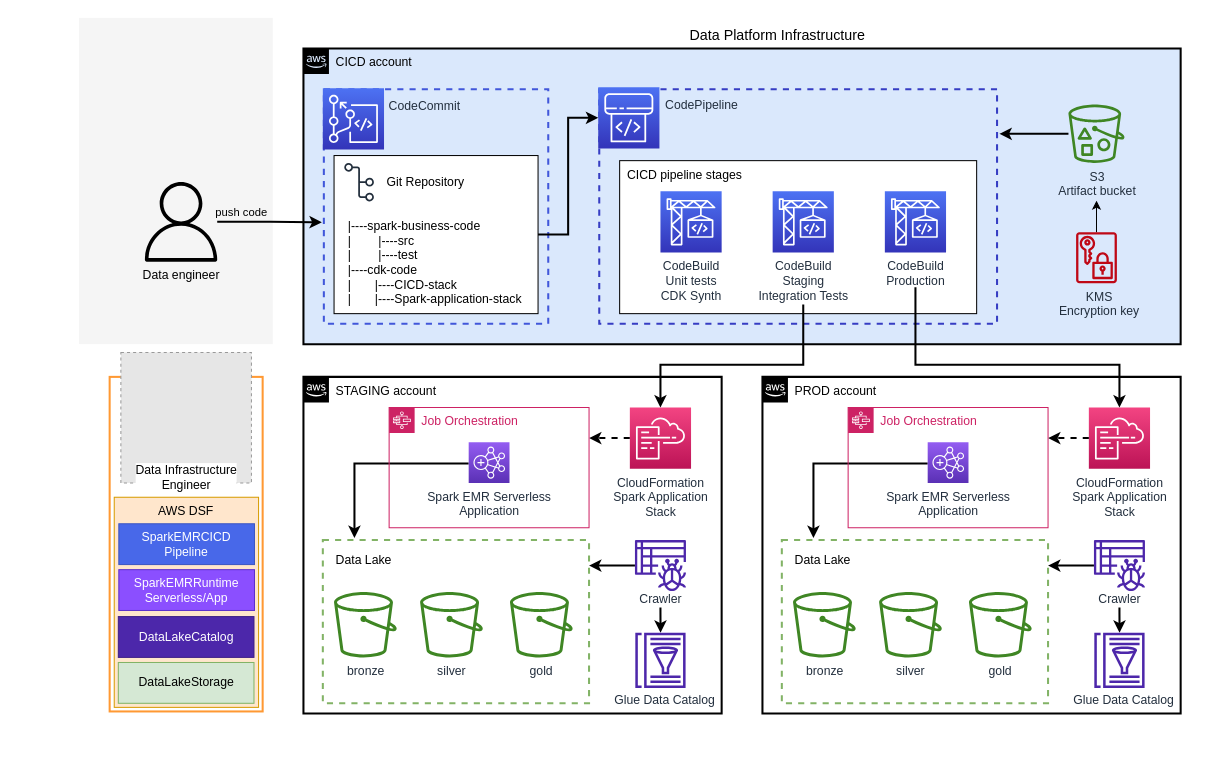
Above: page "example-diagram" (7 of 7) of website/static/img/adsf-diagrams.drawio in awslabs/data-solutions-framework-on-aws (draw.io), before the change. Source tidied: cells renumbered, new cells numbered last; positions are measured from the earlier drawing's top-left corner, leaving out a move shared by most shapes. Both pictures are drawn from the tidied source at 102%, with x=0, y=0 at pixel (79, 17). Pictures stored in the file or linked from it are replaced by grey dashed boxes.
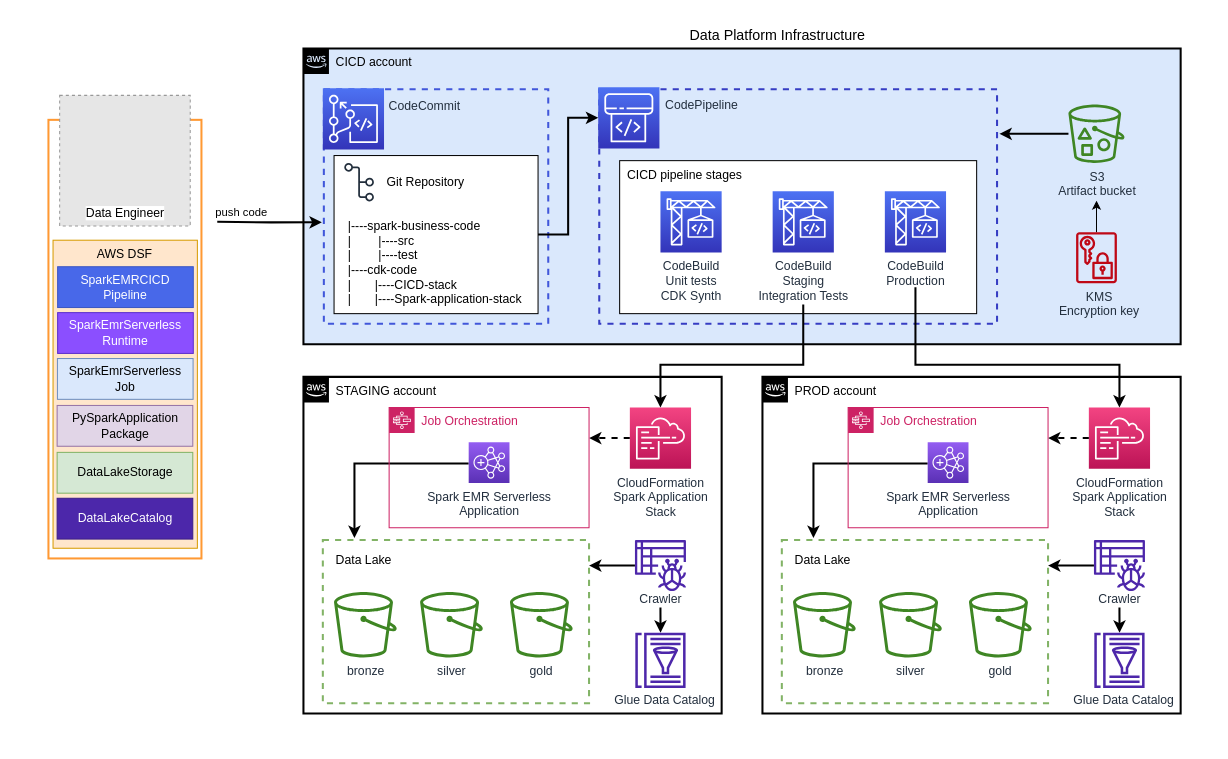
After the change.

Unchanged cells that the change refers to:
```xml
<mxCell id="8" style="rounded=0;whiteSpace=wrap;html=1;labelPosition=center;verticalLabelPosition=top;align=center;verticalAlign=bottom;spacingTop=0;spacingBottom=-23;strokeWidth=2;dashed=1;strokeColor=#4157da;fillColor=none;" parent="1" vertex="1">
  <mxGeometry x="240" y="70" width="220" height="230" as="geometry" />
</mxCell>
```

What changed in the source:
```diff
@@
-    <mxCell id="2" style="rounded=0;whiteSpace=wrap;html=1;strokeColor=none;fillColor=#f5f5f5;fontColor=#333333;" parent="1" vertex="1">
-      <mxGeometry width="190" height="320" as="geometry" />
-    </mxCell>
     <mxCell id="3" style="rounded=0;whiteSpace=wrap;html=1;strokeColor=none;" parent="1" vertex="1">
-      <mxGeometry y="320" width="200" height="390" as="geometry" />
+      <mxGeometry x="-60" y="68" width="200" height="492" as="geometry" />
     </mxCell>
@@
     <mxCell id="5" style="rounded=0;whiteSpace=wrap;html=1;strokeWidth=2;strokeColor=#FF9933;" parent="1" vertex="1">
-      <mxGeometry x="30" y="352" width="150" height="328" as="geometry" />
+      <mxGeometry x="-30" y="100" width="150" height="430" as="geometry" />
     </mxCell>
     <mxCell id="6" style="whiteSpace=wrap;html=1;fillColor=#ffe6cc;strokeColor=#d79b00;" parent="1" vertex="1">
-      <mxGeometry x="34.5" y="470" width="141.5" height="206" as="geometry" />
+      <mxGeometry x="-25.5" y="218" width="141.5" height="302" as="geometry" />
     </mxCell>
@@
-    <mxCell id="50" value="Data engineer" style="sketch=0;outlineConnect=0;fontColor=#000000;gradientColor=none;fillColor=#000000;strokeColor=none;dashed=0;verticalLabelPosition=bottom;verticalAlign=top;align=center;html=1;fontSize=12;fontStyle=0;shape=mxgraph.aws4.user;strokeWidth=2;" parent="1" vertex="1">
-      <mxGeometry x="61" y="161" width="78" height="78" as="geometry" />
-    </mxCell>
-    <mxCell id="51" style="edgeStyle=orthogonalEdgeStyle;rounded=0;jettySize=auto;html=1;entryX=-0.009;entryY=0.567;entryDx=0;entryDy=0;entryPerimeter=0;strokeWidth=2;strokeColor=#000000;" parent="1" edge="1" source="50" target="8">
-      <mxGeometry relative="1" as="geometry" />
+    <mxCell id="51" style="edgeStyle=orthogonalEdgeStyle;rounded=0;jettySize=auto;html=1;entryX=-0.009;entryY=0.567;entryDx=0;entryDy=0;entryPerimeter=0;strokeWidth=2;strokeColor=#000000;" parent="1" edge="1" target="8">
+      <mxGeometry relative="1" as="geometry">
+        <mxPoint x="135.5" y="200" as="sourcePoint" />
+      </mxGeometry>
     </mxCell>
@@
-    <mxCell id="53" value="&lt;div&gt;Data Infrastructure&lt;/div&gt;&lt;div&gt;Engineer&lt;br&gt;&lt;/div&gt;" style="fillColor=#E6E6E6;strokeColor=#999999;dashed=1;html=1;verticalAlign=top;verticalLabelPosition=bottom;labelBackgroundColor=#ffffff;spacingBottom=0;spacingTop=-26;" parent="1" vertex="1">
-      <mxGeometry x="41" y="328" width="128" height="128" as="geometry" />
+    <mxCell id="53" value="&lt;div&gt;Data Engineer&lt;/div&gt;" style="fillColor=#E6E6E6;strokeColor=#999999;dashed=1;html=1;verticalAlign=top;verticalLabelPosition=bottom;labelBackgroundColor=#ffffff;spacingBottom=0;spacingTop=-26;" parent="1" vertex="1">
+      <mxGeometry x="-19" y="76" width="128" height="128" as="geometry" />
     </mxCell>
     <mxCell id="54" value="DataLakeStorage" style="rounded=0;whiteSpace=wrap;html=1;fillColor=#d5e8d4;strokeColor=#82b366;" parent="1" vertex="1">
-      <mxGeometry x="38.5" y="632" width="133" height="40" as="geometry" />
+      <mxGeometry x="-21.5" y="426" width="133" height="40" as="geometry" />
     </mxCell>
     <mxCell id="55" value="DataLakeCatalog" style="rounded=0;whiteSpace=wrap;html=1;fillColor=#4c27aa;strokeColor=#3D1F87;fontColor=#FFFFFF;" parent="1" vertex="1">
-      <mxGeometry x="38.5" y="587" width="133" height="40" as="geometry" />
+      <mxGeometry x="-21.5" y="471" width="133" height="40" as="geometry" />
     </mxCell>
-    <mxCell id="56" value="&lt;div&gt;SparkEMRRuntime&lt;/div&gt;&lt;div&gt;Serverless/App&lt;br&gt;&lt;/div&gt;" style="rounded=0;whiteSpace=wrap;html=1;fillColor=#8b4fff;strokeColor=#5C2FCC;fontColor=#FFFFFF;" parent="1" vertex="1">
-      <mxGeometry x="39" y="541" width="133" height="40" as="geometry" />
+    <mxCell id="56" value="&lt;div&gt;SparkEmr&lt;span&gt;Serverless&lt;/span&gt;&lt;/div&gt;&lt;div&gt;&lt;span&gt;Runtime&lt;/span&gt;&lt;/div&gt;" style="rounded=0;whiteSpace=wrap;html=1;fillColor=#8b4fff;strokeColor=#5C2FCC;fontColor=#FFFFFF;" parent="1" vertex="1">
+      <mxGeometry x="-21" y="289" width="133" height="40" as="geometry" />
     </mxCell>
     <mxCell id="57" value="&lt;div&gt;SparkEMRCICD&lt;/div&gt;&lt;div&gt;Pipeline&lt;br&gt;&lt;/div&gt;" style="rounded=0;whiteSpace=wrap;html=1;fillColor=#4868e9;strokeColor=#3D57C2;fontColor=#FFFFFF;" parent="1" vertex="1">
-      <mxGeometry x="39" y="496" width="133" height="40" as="geometry" />
+      <mxGeometry x="-21" y="244" width="133" height="40" as="geometry" />
     </mxCell>
     <mxCell id="58" value="AWS DSF" style="text;html=1;strokeColor=none;fillColor=none;align=center;verticalAlign=middle;whiteSpace=wrap;rounded=0;fontColor=#000000;" parent="1" vertex="1">
-      <mxGeometry x="75" y="469" width="60" height="30" as="geometry" />
+      <mxGeometry x="15" y="217" width="60" height="30" as="geometry" />
     </mxCell>
@@
+    <mxCell id="68" value="&lt;div&gt;SparkEmrServerless&lt;/div&gt;&lt;div&gt;Job&lt;/div&gt;" style="rounded=0;whiteSpace=wrap;html=1;fillColor=#dae8fc;strokeColor=#6c8ebf;" parent="1" vertex="1">
+      <mxGeometry x="-21.2" y="334" width="133" height="40" as="geometry" />
+    </mxCell>
+    <mxCell id="69" value="&lt;div&gt;PySparkApplication&lt;/div&gt;&lt;div&gt;Package&lt;/div&gt;" style="rounded=0;whiteSpace=wrap;html=1;fillColor=#e1d5e7;strokeColor=#9673a6;" parent="1" vertex="1">
+      <mxGeometry x="-21.5" y="380" width="133" height="40" as="geometry" />
+    </mxCell>
```
